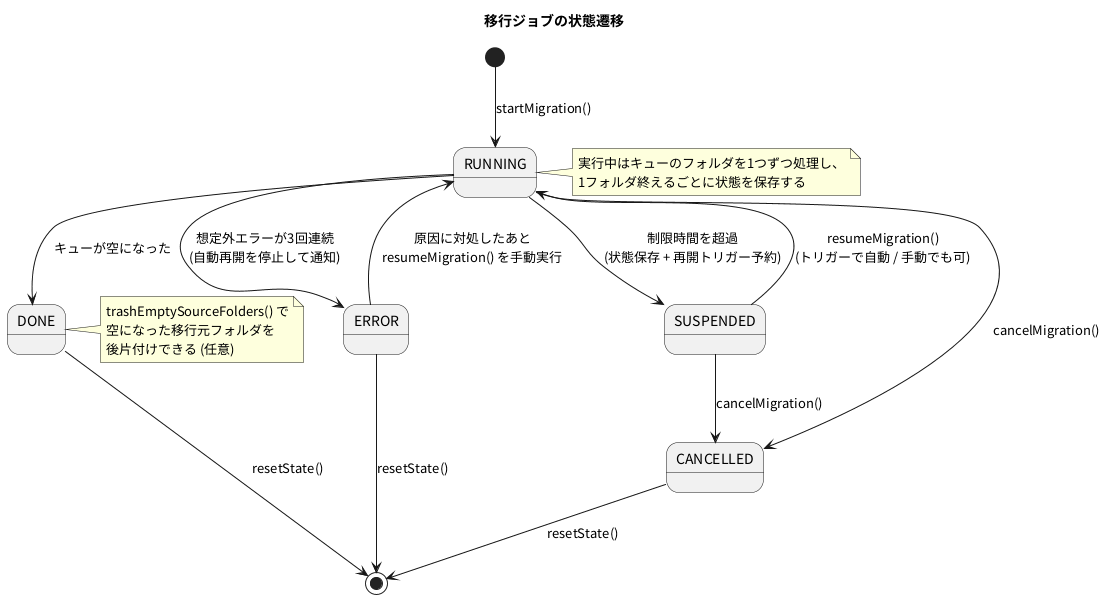
Above: gas-drive-migration-2026-07-11/plantuml/out/06_state_machine.png in pollenjp-org/sandbox (PlantUML), before the change.
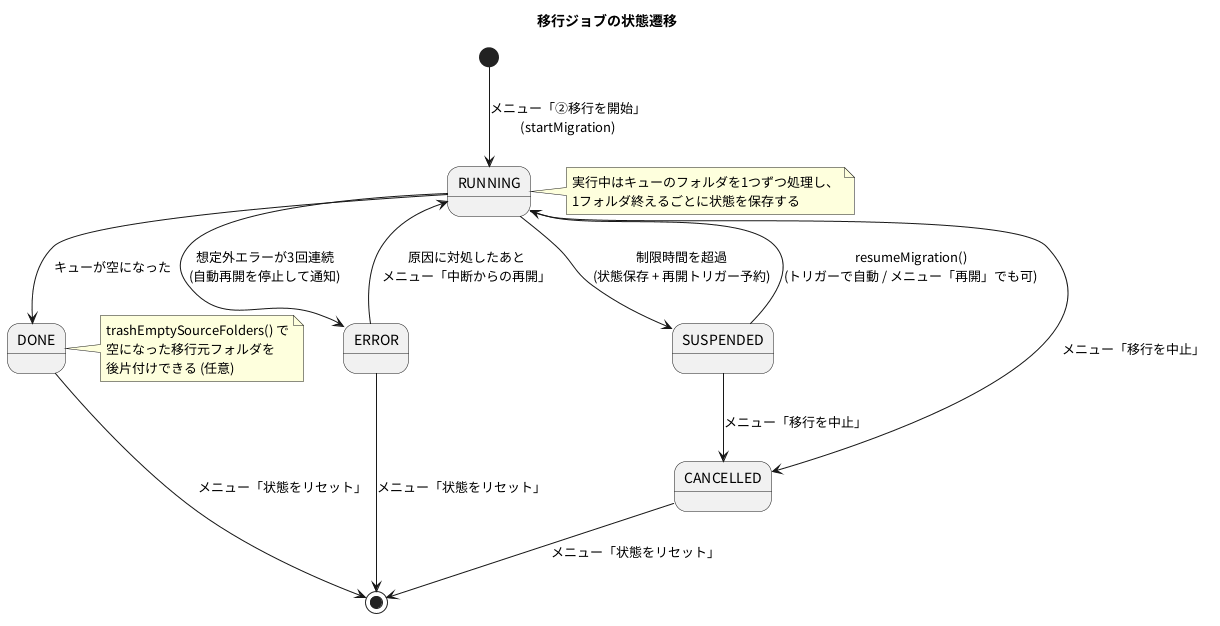
The same file after the commit.

Diff of the diagram source:
```diff
@@ -3,18 +3,18 @@
 skinparam shadowing false
 title 移行ジョブの状態遷移
 
-[*] --> RUNNING : startMigration()
+[*] --> RUNNING : メニュー「②移行を開始」\n(startMigration)
 
 RUNNING --> SUSPENDED : 制限時間を超過\n(状態保存 + 再開トリガー予約)
-SUSPENDED --> RUNNING : resumeMigration()\n(トリガーで自動 / 手動でも可)
+SUSPENDED --> RUNNING : resumeMigration()\n(トリガーで自動 / メニュー「再開」でも可)
 RUNNING --> DONE : キューが空になった
 RUNNING --> ERROR : 想定外エラーが3回連続\n(自動再開を停止して通知)
-ERROR --> RUNNING : 原因に対処したあと\nresumeMigration() を手動実行
-RUNNING --> CANCELLED : cancelMigration()
-SUSPENDED --> CANCELLED : cancelMigration()
-DONE --> [*] : resetState()
-CANCELLED --> [*] : resetState()
-ERROR --> [*] : resetState()
+ERROR --> RUNNING : 原因に対処したあと\nメニュー「中断からの再開」
+RUNNING --> CANCELLED : メニュー「移行を中止」
+SUSPENDED --> CANCELLED : メニュー「移行を中止」
+DONE --> [*] : メニュー「状態をリセット」
+CANCELLED --> [*] : メニュー「状態をリセット」
+ERROR --> [*] : メニュー「状態をリセット」
 
 note right of RUNNING
   実行中はキューのフォルダを1つずつ処理し、
```
